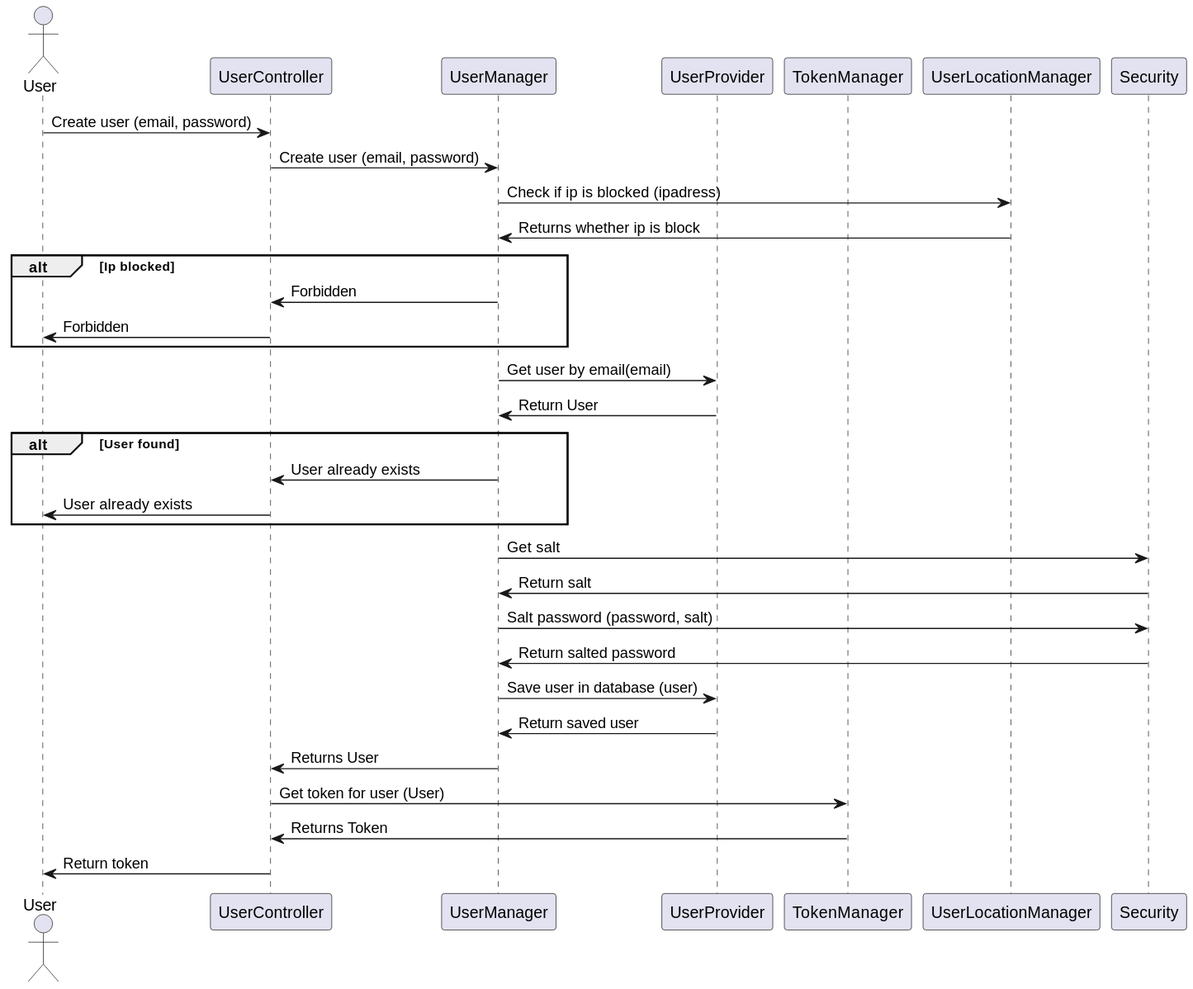
Before: Docs/out/SDDiagrams/CreateUserSD/Create User SD.svg, a diagram exported from PlantUML (blackout1471/trust-us-school).
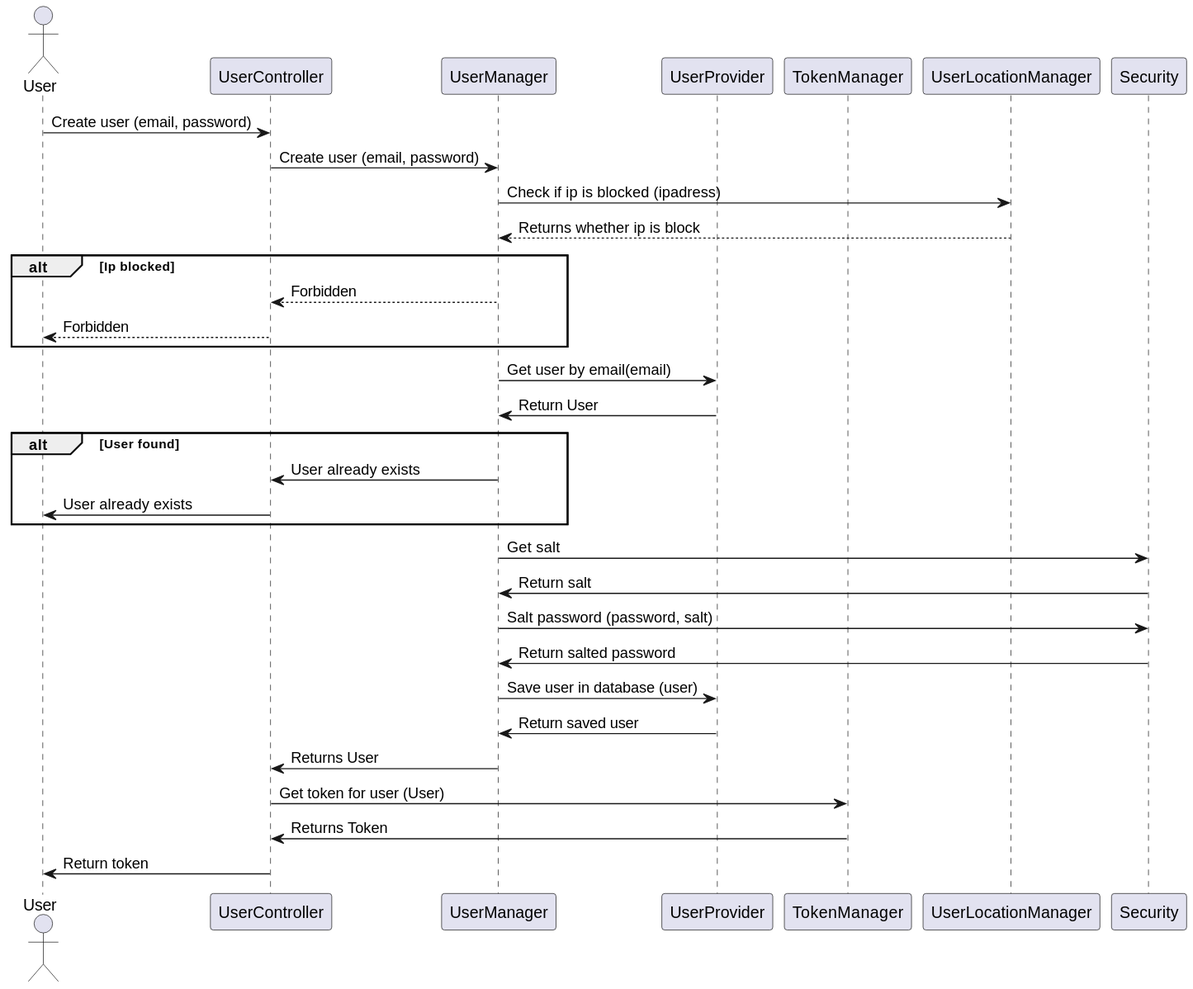
Above is the later version.

Diff of the diagram source:
```diff
@@ -14,11 +14,11 @@
 User->UserController: Create user (email, password)
 UserController->UserManager: Create user (email, password)
 UserManager->UserLocationManager: Check if ip is blocked (ipadress)
-UserLocationManager->UserManager: Returns whether ip is block
+UserLocationManager-->UserManager: Returns whether ip is block
 
 alt Ip blocked
-UserManager->UserController: Forbidden
-UserController->User: Forbidden
+UserManager-->UserController: Forbidden
+UserController-->User: Forbidden
 end
 
 UserManager->UserProvider: Get user by email(email)
```
